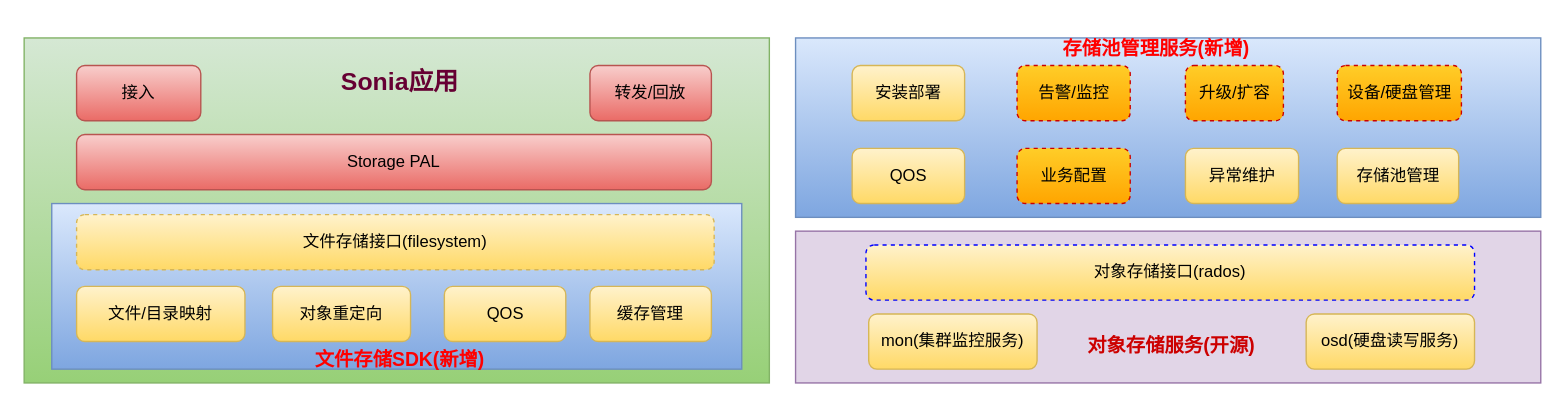
Earlier version of the draw.io diagram Untitled Diagram.drawio (snowolfhawk/ceph-scripts). Source tidied: cells renumbered, new cells numbered last; positions are measured from the earlier drawing's top-left corner, leaving out a move shared by most shapes. Both pictures are drawn from the tidied source at 138%, with x=0, y=0 at pixel (23, 23).
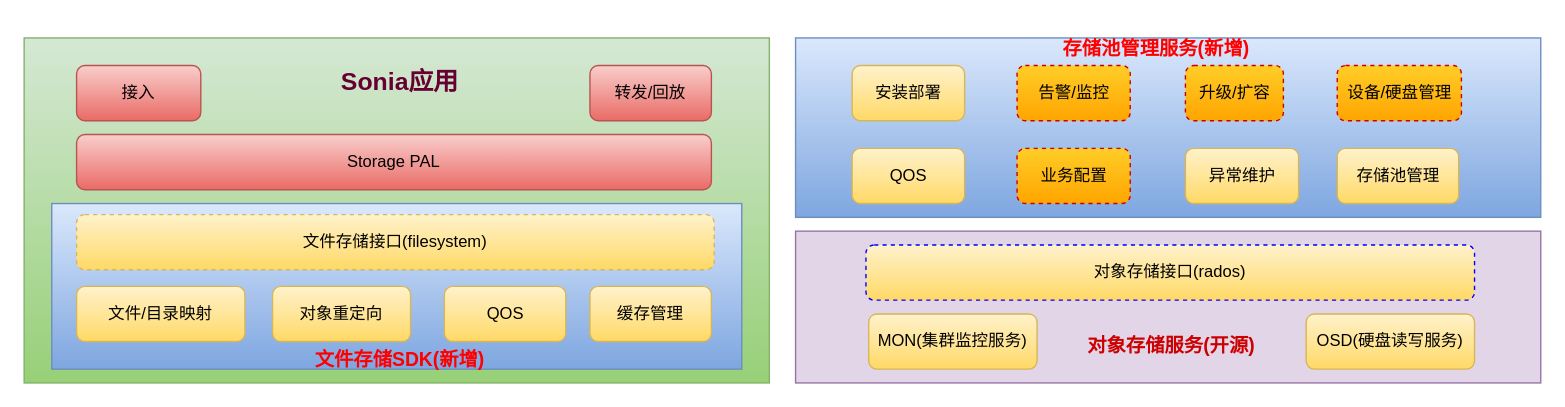
After the change.

Change to the diagram source:
```diff
@@
-    <mxCell id="11" value="mon(集群监控服务)" style="rounded=1;whiteSpace=wrap;html=1;fillColor=#fff2cc;strokeColor=#d6b656;gradientColor=#ffd966;" parent="1" vertex="1">
+    <mxCell id="11" value="MON(集群监控服务)" style="rounded=1;whiteSpace=wrap;html=1;fillColor=#fff2cc;strokeColor=#d6b656;gradientColor=#ffd966;" parent="1" vertex="1">
       <mxGeometry x="612" y="210" width="122" height="40" as="geometry" />
     </mxCell>
-    <mxCell id="12" value="osd(硬盘读写服务)" style="rounded=1;whiteSpace=wrap;html=1;fillColor=#fff2cc;strokeColor=#d6b656;gradientColor=#ffd966;" parent="1" vertex="1">
+    <mxCell id="12" value="OSD(硬盘读写服务)" style="rounded=1;whiteSpace=wrap;html=1;fillColor=#fff2cc;strokeColor=#d6b656;gradientColor=#ffd966;" parent="1" vertex="1">
       <mxGeometry x="929" y="210" width="122" height="40" as="geometry" />
     </mxCell>
```
